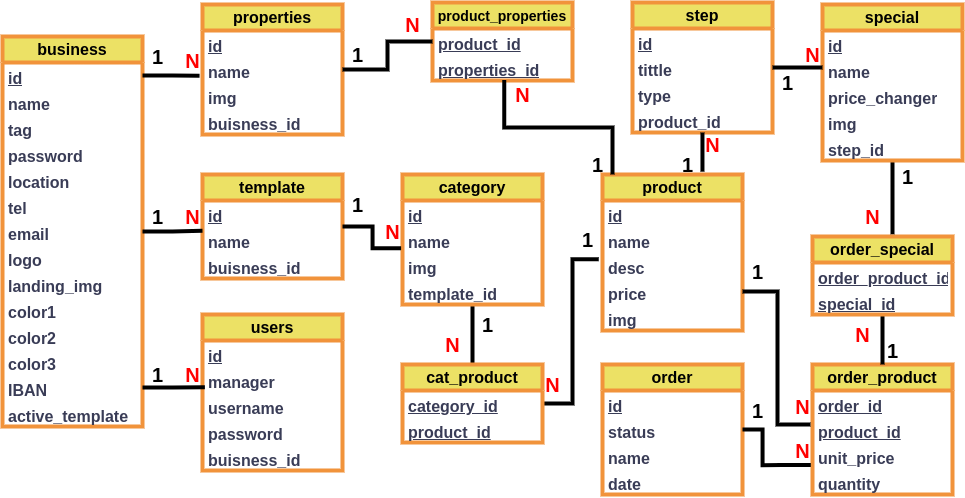
Before: src/BBDD_ER.png, a diagram exported from draw.io (Guitogom/forkkies). Source tidied: cells renumbered, new cells last; positions are measured from the earlier drawing's top-left corner, leaving out a move shared by most shapes.
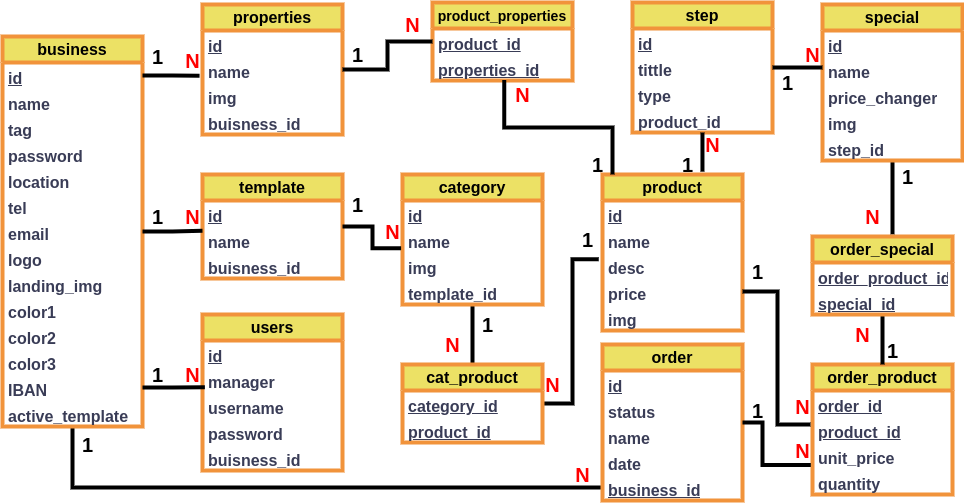
The same diagram one commit later.

Diff of the diagram source:
```diff
@@ -2,6 +2,9 @@
   <root>
     <mxCell id="0" />
     <mxCell id="1" parent="0" />
+    <mxCell id="116" style="edgeStyle=orthogonalEdgeStyle;rounded=0;jettySize=auto;html=1;entryX=0;entryY=0.5;entryDx=0;entryDy=0;fontSize=16;endArrow=none;endFill=0;strokeWidth=4;" parent="1" edge="1" source="2" target="117">
+      <mxGeometry relative="1" as="geometry" />
+    </mxCell>
     <mxCell id="2" value="business" style="swimlane;fontStyle=1;horizontal=1;startSize=26;fillColor=#ece165;whiteSpace=wrap;html=1;strokeColor=#f1933b;labelBackgroundColor=none;gradientColor=none;strokeWidth=4;fontSize=16;" parent="1" vertex="1">
       <mxGeometry y="34" width="140" height="390" as="geometry" />
     </mxCell>
@@ -146,7 +149,7 @@
       <mxGeometry y="52" width="140" height="26" as="geometry" />
     </mxCell>
     <mxCell id="49" value="order" style="swimlane;fontStyle=1;horizontal=1;startSize=26;fillColor=#ece165;whiteSpace=wrap;html=1;strokeColor=#f1933b;labelBackgroundColor=none;gradientColor=none;strokeWidth=4;fontSize=16;" parent="1" vertex="1">
-      <mxGeometry x="600" y="362" width="140" height="130" as="geometry" />
+      <mxGeometry x="600" y="342" width="140" height="156" as="geometry" />
     </mxCell>
     <mxCell id="50" value="&lt;u style=&quot;font-size: 16px;&quot;&gt;id&lt;/u&gt;" style="text;strokeColor=none;fillColor=none;align=left;verticalAlign=top;spacingLeft=4;spacingRight=4;overflow=hidden;whiteSpace=wrap;html=1;fontColor=#393C56;labelBackgroundColor=none;strokeWidth=4;fontSize=16;fontStyle=1;" parent="49" vertex="1">
       <mxGeometry y="26" width="140" height="26" as="geometry" />
@@ -160,6 +163,9 @@
     <mxCell id="53" value="date" style="text;strokeColor=none;fillColor=none;align=left;verticalAlign=top;spacingLeft=4;spacingRight=4;overflow=hidden;whiteSpace=wrap;html=1;fontColor=#393C56;labelBackgroundColor=none;strokeWidth=4;fontSize=16;fontStyle=1;" parent="49" vertex="1">
       <mxGeometry y="104" width="140" height="26" as="geometry" />
     </mxCell>
+    <mxCell id="117" value="business_id" style="text;strokeColor=none;fillColor=none;align=left;verticalAlign=top;spacingLeft=4;spacingRight=4;overflow=hidden;points=[[0,0.5],[1,0.5]];portConstraint=eastwest;whiteSpace=wrap;html=1;fontColor=#393C56;labelBackgroundColor=none;strokeWidth=4;fontSize=16;fontStyle=5;" parent="49" vertex="1">
+      <mxGeometry y="130" width="140" height="26" as="geometry" />
+    </mxCell>
     <mxCell id="54" value="order_product" style="swimlane;fontStyle=1;horizontal=1;startSize=26;fillColor=#ece165;whiteSpace=wrap;html=1;strokeColor=#f1933b;labelBackgroundColor=none;gradientColor=none;strokeWidth=4;fontSize=16;" parent="1" vertex="1">
       <mxGeometry x="810" y="362" width="140" height="130" as="geometry" />
     </mxCell>
@@ -369,5 +375,11 @@
     <mxCell id="115" value="&lt;font size=&quot;1&quot;&gt;&lt;b style=&quot;font-size: 20px;&quot;&gt;1&lt;/b&gt;&lt;/font&gt;" style="text;html=1;align=center;verticalAlign=middle;strokeColor=none;fillColor=none;" parent="1" vertex="1">
       <mxGeometry x="770" y="60" width="30" height="40" as="geometry" />
     </mxCell>
+    <mxCell id="118" value="&lt;font size=&quot;1&quot; color=&quot;#ff0000&quot;&gt;&lt;b style=&quot;font-size: 20px;&quot;&gt;N&lt;/b&gt;&lt;/font&gt;" style="text;html=1;align=center;verticalAlign=middle;strokeColor=none;fillColor=none;" parent="1" vertex="1">
+      <mxGeometry x="560" y="452" width="40" height="40" as="geometry" />
+    </mxCell>
+    <mxCell id="119" value="&lt;font size=&quot;1&quot;&gt;&lt;b style=&quot;font-size: 20px;&quot;&gt;1&lt;/b&gt;&lt;/font&gt;" style="text;html=1;align=center;verticalAlign=middle;strokeColor=none;fillColor=none;" parent="1" vertex="1">
+      <mxGeometry x="70" y="422" width="30" height="40" as="geometry" />
+    </mxCell>
   </root>
 </mxGraphModel>
```
